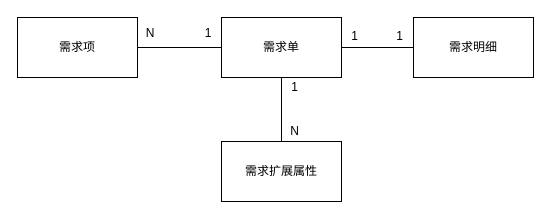
This is page "订单" (23 of 36) of docs/自营重构.drawio from lokiworks/codebase, a draw.io file, before an edit. Source tidied: cells renumbered, new cells numbered last; positions are measured from the earlier drawing's top-left corner, leaving out a move shared by most shapes. Both pictures are drawn from the tidied source at 100%, with x=0, y=0 at pixel (17, 17).
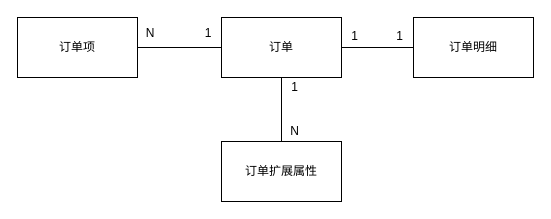
After the change.

What changed in the source:
```diff
@@
 <mxGraphModel>
   <root>
     <mxCell id="0" />
     <mxCell id="1" parent="0" />
     <mxCell id="2" style="edgeStyle=orthogonalEdgeStyle;rounded=0;jettySize=auto;html=1;exitX=1;exitY=0.5;exitDx=0;exitDy=0;fontColor=#000000;endArrow=none;endFill=0;" parent="1" edge="1" source="5" target="6">
       <mxGeometry relative="1" as="geometry" />
     </mxCell>
     <mxCell id="3" style="edgeStyle=orthogonalEdgeStyle;rounded=0;jettySize=auto;html=1;exitX=0.5;exitY=1;exitDx=0;exitDy=0;fontColor=#000000;endArrow=none;endFill=0;" parent="1" edge="1" source="5" target="9">
       <mxGeometry relative="1" as="geometry" />
     </mxCell>
     <mxCell id="4" style="edgeStyle=orthogonalEdgeStyle;rounded=0;jettySize=auto;html=1;exitX=0;exitY=0.5;exitDx=0;exitDy=0;entryX=1;entryY=0.5;entryDx=0;entryDy=0;fontColor=#000000;endArrow=none;endFill=0;" parent="1" edge="1" source="5" target="12">
       <mxGeometry relative="1" as="geometry" />
     </mxCell>
-    <mxCell id="5" value="需求单" style="rounded=0;whiteSpace=wrap;html=1;fontColor=#000000;" parent="1" vertex="1">
+    <mxCell id="5" value="订单" style="rounded=0;whiteSpace=wrap;html=1;fontColor=#000000;" parent="1" vertex="1">
       <mxGeometry x="204" width="120" height="60" as="geometry" />
     </mxCell>
-    <mxCell id="6" value="需求明细" style="rounded=0;whiteSpace=wrap;html=1;fontColor=#000000;" parent="1" vertex="1">
+    <mxCell id="6" value="订单明细" style="rounded=0;whiteSpace=wrap;html=1;fontColor=#000000;" parent="1" vertex="1">
       <mxGeometry x="396" width="120" height="60" as="geometry" />
     </mxCell>
     <mxCell id="7" value="1" style="text;html=1;strokeColor=none;fillColor=none;align=center;verticalAlign=middle;whiteSpace=wrap;rounded=0;fontColor=#000000;" parent="1" vertex="1">
       <mxGeometry x="324" y="9" width="27" height="20" as="geometry" />
     </mxCell>
     <mxCell id="8" value="1" style="text;html=1;strokeColor=none;fillColor=none;align=center;verticalAlign=middle;whiteSpace=wrap;rounded=0;fontColor=#000000;" parent="1" vertex="1">
       <mxGeometry x="369" y="9" width="27" height="20" as="geometry" />
     </mxCell>
-    <mxCell id="9" value="需求扩展属性" style="rounded=0;whiteSpace=wrap;html=1;fontColor=#000000;" parent="1" vertex="1">
+    <mxCell id="9" value="订单扩展属性" style="rounded=0;whiteSpace=wrap;html=1;fontColor=#000000;" parent="1" vertex="1">
       <mxGeometry x="204" y="124" width="120" height="60" as="geometry" />
     </mxCell>
     <mxCell id="10" value="1" style="text;html=1;strokeColor=none;fillColor=none;align=center;verticalAlign=middle;whiteSpace=wrap;rounded=0;fontColor=#000000;" parent="1" vertex="1">
       <mxGeometry x="264" y="60" width="27" height="20" as="geometry" />
     </mxCell>
     <mxCell id="11" value="N" style="text;html=1;strokeColor=none;fillColor=none;align=center;verticalAlign=middle;whiteSpace=wrap;rounded=0;fontColor=#000000;" parent="1" vertex="1">
       <mxGeometry x="264" y="104" width="27" height="20" as="geometry" />
     </mxCell>
-    <mxCell id="12" value="需求项" style="rounded=0;whiteSpace=wrap;html=1;fontColor=#000000;" parent="1" vertex="1">
+    <mxCell id="12" value="订单项" style="rounded=0;whiteSpace=wrap;html=1;fontColor=#000000;" parent="1" vertex="1">
       <mxGeometry width="120" height="60" as="geometry" />
     </mxCell>
     <mxCell id="13" value="1" style="text;html=1;strokeColor=none;fillColor=none;align=center;verticalAlign=middle;whiteSpace=wrap;rounded=0;fontColor=#000000;" parent="1" vertex="1">
       <mxGeometry x="178" y="3" width="26" height="26" as="geometry" />
     </mxCell>
     <mxCell id="14" value="N" style="text;html=1;strokeColor=none;fillColor=none;align=center;verticalAlign=middle;whiteSpace=wrap;rounded=0;fontColor=#000000;" parent="1" vertex="1">
       <mxGeometry x="120" y="3" width="26" height="26" as="geometry" />
     </mxCell>
   </root>
 </mxGraphModel>
```
